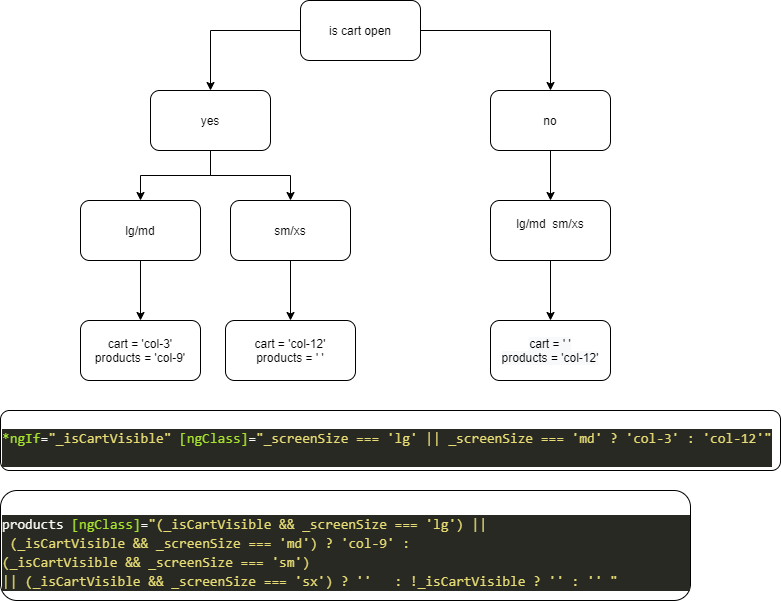
EllieThor/angularShop keeps this draw.io diagram as cart responsive scheme.png. Above is the earlier version. Source tidied: cells renumbered, new cells last; positions are measured from the earlier drawing's top-left corner, leaving out a move shared by most shapes.
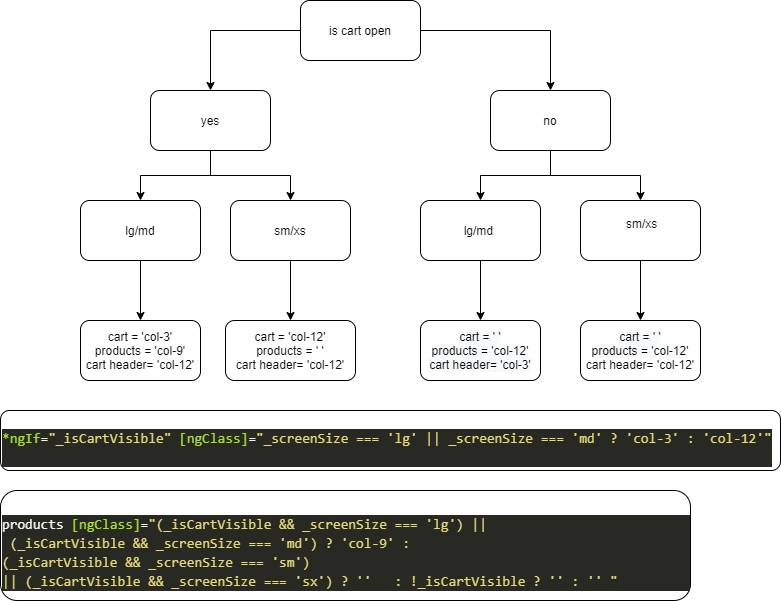
Above is the later version.

The edit, as a diff of the source:
```diff
@@ -14,6 +14,9 @@
     <mxCell id="5" style="edgeStyle=orthogonalEdgeStyle;rounded=0;jettySize=auto;html=1;" parent="1" edge="1" source="6" target="15">
       <mxGeometry relative="1" as="geometry" />
     </mxCell>
+    <mxCell id="21" style="edgeStyle=orthogonalEdgeStyle;rounded=0;jettySize=auto;html=1;" parent="1" edge="1" source="6" target="23">
+      <mxGeometry relative="1" as="geometry" />
+    </mxCell>
     <mxCell id="6" value="no" style="whiteSpace=wrap;html=1;rounded=1;" parent="1" vertex="1">
       <mxGeometry x="490" y="90" width="120" height="60" as="geometry" />
     </mxCell>
@@ -41,23 +44,32 @@
     <mxCell id="14" style="edgeStyle=orthogonalEdgeStyle;rounded=0;jettySize=auto;html=1;fontColor=#FFF2CC;" parent="1" edge="1" source="15" target="19">
       <mxGeometry relative="1" as="geometry" />
     </mxCell>
-    <mxCell id="15" value="lg/md&amp;nbsp; sm/xs&lt;br&gt;&amp;nbsp;" style="whiteSpace=wrap;html=1;rounded=1;" parent="1" vertex="1">
-      <mxGeometry x="490" y="200" width="120" height="60" as="geometry" />
+    <mxCell id="15" value="&amp;nbsp;sm/xs&lt;br&gt;&amp;nbsp;" style="whiteSpace=wrap;html=1;rounded=1;" parent="1" vertex="1">
+      <mxGeometry x="580" y="200" width="120" height="60" as="geometry" />
     </mxCell>
-    <mxCell id="16" value="cart = 'col-3'&lt;br&gt;products = 'col-9'" style="whiteSpace=wrap;html=1;rounded=1;" parent="1" vertex="1">
+    <mxCell id="16" value="cart = 'col-3'&lt;br&gt;products = 'col-9'&lt;br&gt;cart header= 'col-12'" style="whiteSpace=wrap;html=1;rounded=1;" parent="1" vertex="1">
       <mxGeometry x="80" y="320" width="120" height="60" as="geometry" />
     </mxCell>
-    <mxCell id="17" value="cart = 'col-12'&lt;br&gt;products = ' '" style="whiteSpace=wrap;html=1;rounded=1;" parent="1" vertex="1">
+    <mxCell id="17" value="cart = 'col-12'&lt;br&gt;products = ' '&lt;br&gt;cart header= 'col-12'" style="whiteSpace=wrap;html=1;rounded=1;" parent="1" vertex="1">
       <mxGeometry x="225" y="320" width="130" height="60" as="geometry" />
     </mxCell>
     <mxCell id="18" value="&lt;br&gt;&lt;div style=&quot;color: rgb(248 , 248 , 242) ; background-color: rgb(40 , 41 , 35) ; font-family: &amp;#34;consolas&amp;#34; , &amp;#34;courier new&amp;#34; , monospace ; font-weight: normal ; font-size: 14px ; line-height: 19px&quot;&gt;&lt;div&gt;&lt;span style=&quot;font-family: &amp;#34;consolas&amp;#34; , &amp;#34;courier new&amp;#34; , monospace ; color: rgb(166 , 226 , 46)&quot;&gt;*ngIf&lt;/span&gt;&lt;span style=&quot;font-family: &amp;#34;consolas&amp;#34; , &amp;#34;courier new&amp;#34; , monospace&quot;&gt;=&lt;/span&gt;&lt;span style=&quot;font-family: &amp;#34;consolas&amp;#34; , &amp;#34;courier new&amp;#34; , monospace ; color: rgb(230 , 219 , 116)&quot;&gt;&quot;_isCartVisible&quot;&lt;/span&gt;&amp;nbsp;&lt;span style=&quot;font-family: &amp;#34;consolas&amp;#34; , &amp;#34;courier new&amp;#34; , monospace ; color: rgb(166 , 226 , 46)&quot;&gt;[ngClass]&lt;/span&gt;&lt;span style=&quot;font-family: &amp;#34;consolas&amp;#34; , &amp;#34;courier new&amp;#34; , monospace&quot;&gt;=&lt;/span&gt;&lt;span style=&quot;font-family: &amp;#34;consolas&amp;#34; , &amp;#34;courier new&amp;#34; , monospace ; color: rgb(230 , 219 , 116)&quot;&gt;&quot;&lt;/span&gt;&lt;span style=&quot;color: rgb(230 , 219 , 116) ; font-family: &amp;#34;consolas&amp;#34; , &amp;#34;courier new&amp;#34; , monospace&quot;&gt;_screenSize&amp;nbsp;===&amp;nbsp;'lg'&amp;nbsp;||&amp;nbsp;_screenSize&amp;nbsp;===&amp;nbsp;'md'&amp;nbsp;?&amp;nbsp;'col-3'&amp;nbsp;:&amp;nbsp;'col-12'&lt;/span&gt;&lt;span style=&quot;color: rgb(230 , 219 , 116) ; font-family: &amp;#34;consolas&amp;#34; , &amp;#34;courier new&amp;#34; , monospace&quot;&gt;&quot;&lt;/span&gt;&lt;/div&gt;&lt;div&gt;&lt;br&gt;&lt;/div&gt;&lt;/div&gt;" style="rounded=1;whiteSpace=wrap;html=1;align=left;" parent="1" vertex="1">
       <mxGeometry y="410" width="780" height="60" as="geometry" />
     </mxCell>
-    <mxCell id="19" value="&#10;&#10;&lt;span style=&quot;color: rgb(0, 0, 0); font-size: 12px; font-style: normal; font-weight: 400; letter-spacing: normal; text-align: center; text-indent: 0px; text-transform: none; word-spacing: 0px; background-color: rgb(248, 249, 250); font-family: helvetica;&quot;&gt;cart = ' '&lt;/span&gt;&lt;br style=&quot;color: rgb(0, 0, 0); font-size: 12px; font-style: normal; font-weight: 400; letter-spacing: normal; text-align: center; text-indent: 0px; text-transform: none; word-spacing: 0px; background-color: rgb(248, 249, 250); font-family: helvetica;&quot;&gt;&lt;span style=&quot;color: rgb(0, 0, 0); font-size: 12px; font-style: normal; font-weight: 400; letter-spacing: normal; text-align: center; text-indent: 0px; text-transform: none; word-spacing: 0px; background-color: rgb(248, 249, 250); font-family: helvetica;&quot;&gt;products = 'col-12'&lt;/span&gt;&#10;&#10;" style="whiteSpace=wrap;html=1;rounded=1;" parent="1" vertex="1">
-      <mxGeometry x="490" y="320" width="120" height="60" as="geometry" />
+    <mxCell id="19" value="&lt;span style=&quot;color: rgb(0 , 0 , 0) ; font-size: 12px ; font-style: normal ; font-weight: 400 ; letter-spacing: normal ; text-align: center ; text-indent: 0px ; text-transform: none ; word-spacing: 0px ; background-color: rgb(248 , 249 , 250) ; font-family: &amp;#34;helvetica&amp;#34;&quot;&gt;cart = ' '&lt;/span&gt;&lt;br style=&quot;color: rgb(0 , 0 , 0) ; font-size: 12px ; font-style: normal ; font-weight: 400 ; letter-spacing: normal ; text-align: center ; text-indent: 0px ; text-transform: none ; word-spacing: 0px ; background-color: rgb(248 , 249 , 250) ; font-family: &amp;#34;helvetica&amp;#34;&quot;&gt;&lt;span style=&quot;color: rgb(0 , 0 , 0) ; font-size: 12px ; font-style: normal ; font-weight: 400 ; letter-spacing: normal ; text-align: center ; text-indent: 0px ; text-transform: none ; word-spacing: 0px ; background-color: rgb(248 , 249 , 250) ; font-family: &amp;#34;helvetica&amp;#34;&quot;&gt;products = 'col-12'&lt;br&gt;&lt;/span&gt;cart header= 'col-12'" style="whiteSpace=wrap;html=1;rounded=1;" parent="1" vertex="1">
+      <mxGeometry x="580" y="320" width="120" height="60" as="geometry" />
     </mxCell>
     <mxCell id="20" value="&lt;br&gt;&lt;div style=&quot;color: rgb(248 , 248 , 242) ; background-color: rgb(40 , 41 , 35) ; font-family: &amp;#34;consolas&amp;#34; , &amp;#34;courier new&amp;#34; , monospace ; font-weight: normal ; font-size: 14px ; line-height: 19px&quot;&gt;&lt;div&gt;products&amp;nbsp;&lt;span style=&quot;color: rgb(166 , 226 , 46)&quot;&gt;[ngClass]&lt;/span&gt;=&lt;span style=&quot;color: rgb(230 , 219 , 116)&quot;&gt;&quot;(_isCartVisible&amp;nbsp;&amp;amp;&amp;amp;&amp;nbsp;_screenSize&amp;nbsp;===&amp;nbsp;'lg')&amp;nbsp;||&lt;/span&gt;&lt;/div&gt;&lt;div&gt;&lt;span style=&quot;color: rgb(230 , 219 , 116)&quot;&gt;&amp;nbsp;(_isCartVisible&amp;nbsp;&amp;amp;&amp;amp;&amp;nbsp;_screenSize&amp;nbsp;===&amp;nbsp;'md')&amp;nbsp;?&amp;nbsp;'col-9'&amp;nbsp;:&amp;nbsp;&lt;/span&gt;&lt;/div&gt;&lt;div&gt;&lt;span style=&quot;color: rgb(230 , 219 , 116)&quot;&gt;(_isCartVisible&amp;nbsp;&amp;amp;&amp;amp;&amp;nbsp;_screenSize&amp;nbsp;===&amp;nbsp;'sm') ||&amp;nbsp;(_isCartVisible&amp;nbsp;&amp;amp;&amp;amp;&amp;nbsp;_screenSize&amp;nbsp;===&amp;nbsp;'sx')&amp;nbsp;?&amp;nbsp;''&amp;nbsp;&amp;nbsp;&amp;nbsp;:&amp;nbsp;!_isCartVisible&amp;nbsp;?&amp;nbsp;''&amp;nbsp;:&amp;nbsp;''&amp;nbsp;&quot;&lt;/span&gt;&lt;/div&gt;&lt;/div&gt;" style="rounded=1;whiteSpace=wrap;html=1;fontColor=#FFF2CC;align=left;" parent="1" vertex="1">
       <mxGeometry y="490" width="690" height="110" as="geometry" />
     </mxCell>
+    <mxCell id="22" style="edgeStyle=orthogonalEdgeStyle;rounded=0;jettySize=auto;html=1;" parent="1" edge="1" source="23" target="24">
+      <mxGeometry relative="1" as="geometry" />
+    </mxCell>
+    <mxCell id="23" value="&lt;span&gt;lg/md&amp;nbsp;&lt;/span&gt;" style="whiteSpace=wrap;html=1;rounded=1;" parent="1" vertex="1">
+      <mxGeometry x="420" y="200" width="120" height="60" as="geometry" />
+    </mxCell>
+    <mxCell id="24" value="&lt;span style=&quot;color: rgb(0 , 0 , 0) ; font-size: 12px ; font-style: normal ; font-weight: 400 ; letter-spacing: normal ; text-align: center ; text-indent: 0px ; text-transform: none ; word-spacing: 0px ; background-color: rgb(248 , 249 , 250) ; font-family: &amp;#34;helvetica&amp;#34;&quot;&gt;cart = ' '&lt;/span&gt;&lt;br style=&quot;color: rgb(0 , 0 , 0) ; font-size: 12px ; font-style: normal ; font-weight: 400 ; letter-spacing: normal ; text-align: center ; text-indent: 0px ; text-transform: none ; word-spacing: 0px ; background-color: rgb(248 , 249 , 250) ; font-family: &amp;#34;helvetica&amp;#34;&quot;&gt;&lt;span style=&quot;color: rgb(0 , 0 , 0) ; font-size: 12px ; font-style: normal ; font-weight: 400 ; letter-spacing: normal ; text-align: center ; text-indent: 0px ; text-transform: none ; word-spacing: 0px ; background-color: rgb(248 , 249 , 250) ; font-family: &amp;#34;helvetica&amp;#34;&quot;&gt;products = 'col-12'&lt;br&gt;&lt;/span&gt;&lt;span style=&quot;color: rgb(0 , 0 , 0) ; font-family: &amp;#34;helvetica&amp;#34; ; font-size: 12px ; font-style: normal ; font-weight: 400 ; letter-spacing: normal ; text-align: center ; text-indent: 0px ; text-transform: none ; word-spacing: 0px ; background-color: rgb(248 , 249 , 250) ; display: inline ; float: none&quot;&gt;cart header= 'col-3'&lt;/span&gt;" style="whiteSpace=wrap;html=1;rounded=1;" parent="1" vertex="1">
+      <mxGeometry x="420" y="320" width="120" height="60" as="geometry" />
+    </mxCell>
   </root>
 </mxGraphModel>
```
